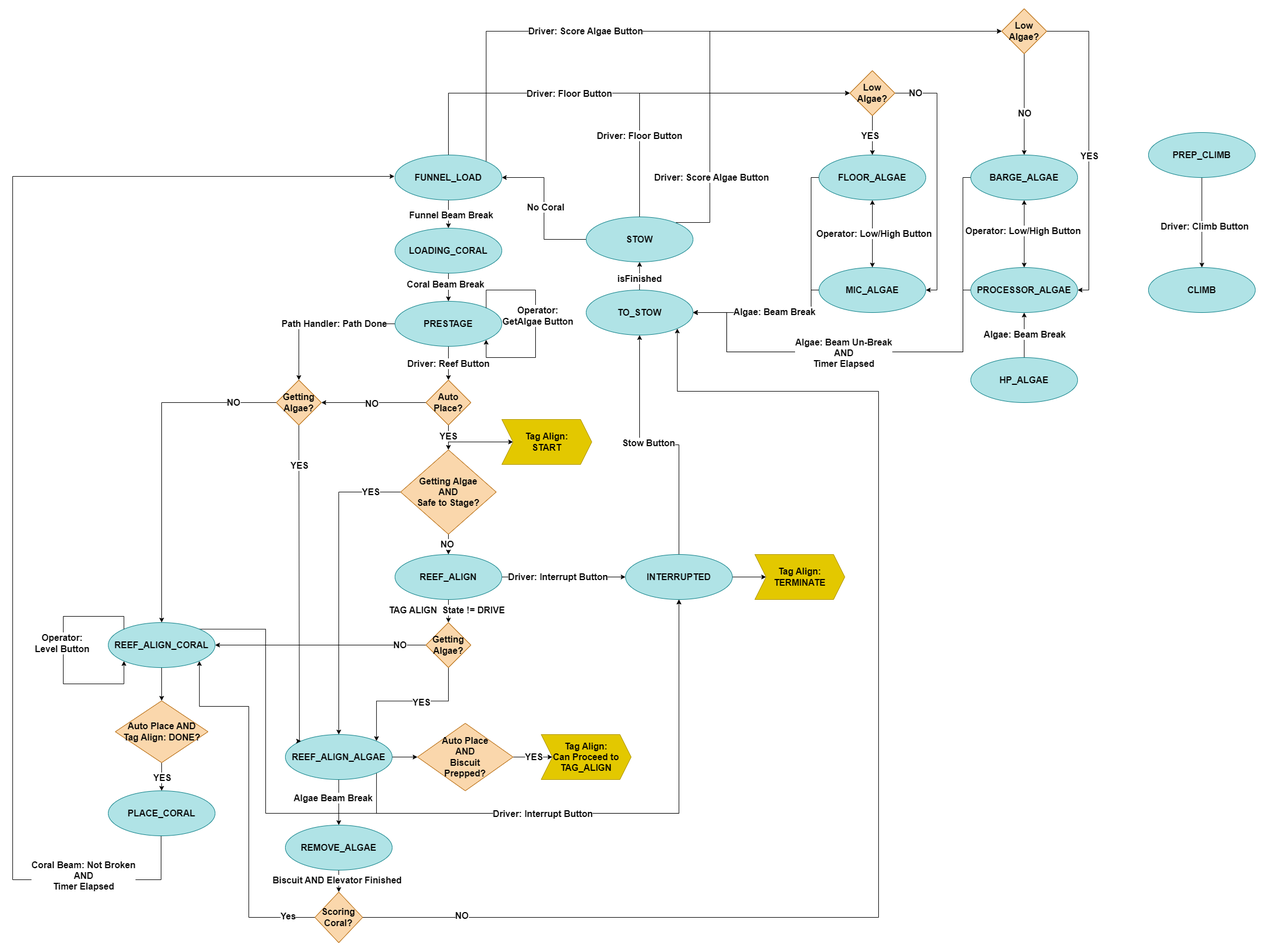
Above: docs/reefscape-RobotState-Light.png in strykeforce/reefscape (draw.io), before the change. Source tidied: cells renumbered, new cells last; positions are measured from the earlier drawing's top-left corner, leaving out a move shared by most shapes.
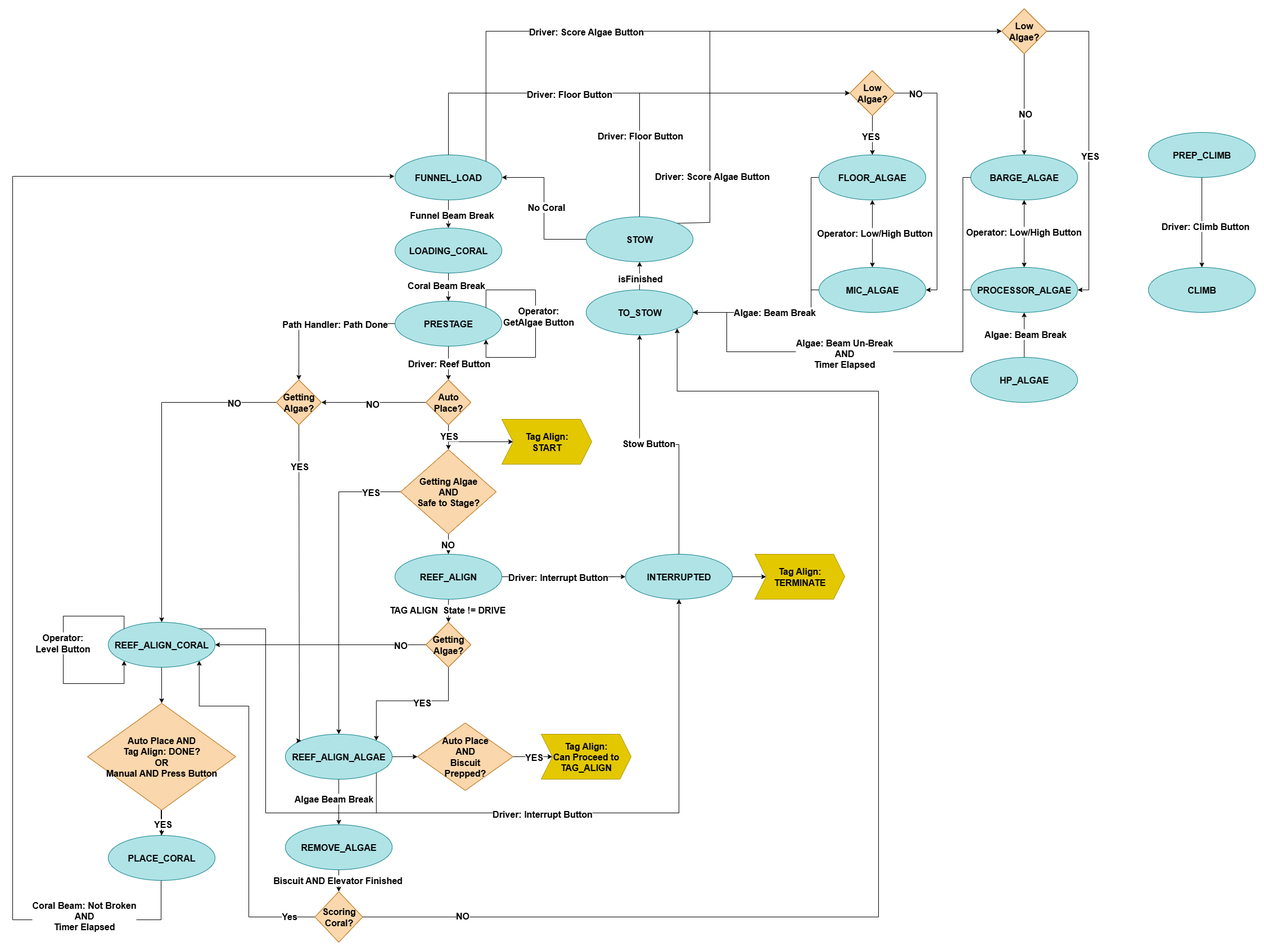
Above is the later version.

The edit, as a diff of the source:
```diff
@@ -106,8 +106,8 @@
         <mxPoint x="264" y="1418" as="sourcePoint" />
         <mxPoint x="679" y="298" as="targetPoint" />
         <Array as="points">
-          <mxPoint x="264" y="1548" />
-          <mxPoint y="1548" />
+          <mxPoint x="264" y="1620" />
+          <mxPoint y="1620" />
           <mxPoint y="298" />
         </Array>
       </mxGeometry>
@@ -118,7 +118,7 @@
       </mxGeometry>
     </mxCell>
     <mxCell id="30" value="PLACE_CORAL" style="ellipse;whiteSpace=wrap;html=1;fillColor=#b0e3e6;strokeColor=#0e8088;fontColor=#050505;fontStyle=1;fontSize=16;" parent="1" vertex="1">
-      <mxGeometry x="170" y="1390" width="190" height="80" as="geometry" />
+      <mxGeometry x="170" y="1470" width="190" height="80" as="geometry" />
     </mxCell>
     <mxCell id="31" style="edgeStyle=orthogonalEdgeStyle;rounded=0;jettySize=auto;html=1;exitX=0;exitY=0.5;exitDx=0;exitDy=0;entryX=1;entryY=0.5;entryDx=0;entryDy=0;fontStyle=1;fontSize=16;" parent="1" edge="1" source="32" target="50">
       <mxGeometry relative="1" as="geometry">
@@ -442,8 +442,8 @@
     <mxCell id="106" value="&lt;b&gt;&lt;font style=&quot;font-size: 16px;&quot;&gt;YES&lt;/font&gt;&lt;/b&gt;" style="edgeLabel;html=1;align=center;verticalAlign=middle;" parent="105" vertex="1">
       <mxGeometry x="0.05" y="1" relative="1" as="geometry" />
     </mxCell>
-    <mxCell id="107" value="Auto Place AND&lt;br&gt;Tag Align: DONE?" style="rhombus;whiteSpace=wrap;html=1;fillColor=#fad7ac;strokeColor=#b46504;fontColor=#000000;fontStyle=1;fontSize=16;" parent="1" vertex="1">
-      <mxGeometry x="182.5" y="1230" width="165" height="110" as="geometry" />
+    <mxCell id="107" value="Auto Place AND&lt;br&gt;Tag Align: DONE?&lt;br&gt;OR&lt;br&gt;Manual AND Press Button" style="rhombus;whiteSpace=wrap;html=1;fillColor=#fad7ac;strokeColor=#b46504;fontColor=#000000;fontStyle=1;fontSize=16;" parent="1" vertex="1">
+      <mxGeometry x="133.1" y="1235" width="263.8" height="190" as="geometry" />
     </mxCell>
     <mxCell id="108" value="&lt;b style=&quot;font-size: 16px;&quot;&gt;Tag Align:&lt;br&gt;Can Proceed to&lt;br&gt;TAG_ALIGN&lt;/b&gt;" style="shape=step;perimeter=stepPerimeter;whiteSpace=wrap;html=1;fixedSize=1;fillColor=#e3c800;fontColor=#000000;strokeColor=#B09500;" parent="1" vertex="1">
       <mxGeometry x="940" y="1290" width="160" height="80" as="geometry" />
```
